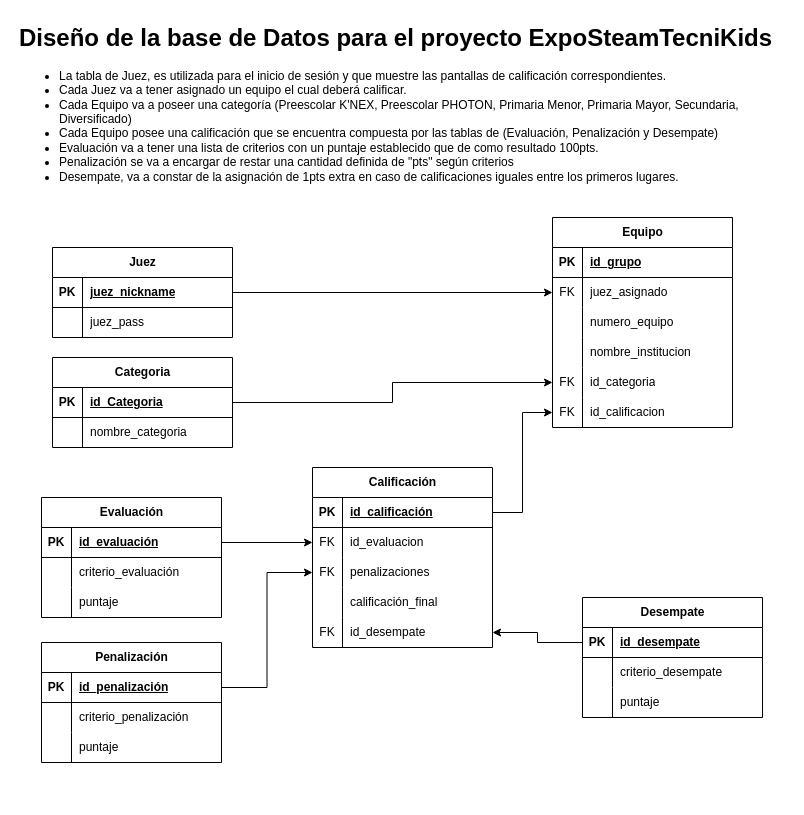
Above: db/databaseDesing.drawio in euboaz/ExpoSteamTecniKids (draw.io), before the change. Source tidied: cells renumbered, new cells numbered last; positions are measured from the earlier drawing's top-left corner, leaving out a move shared by most shapes. Both pictures are drawn from the tidied source at 100%, with x=0, y=0 at pixel (17, 17).
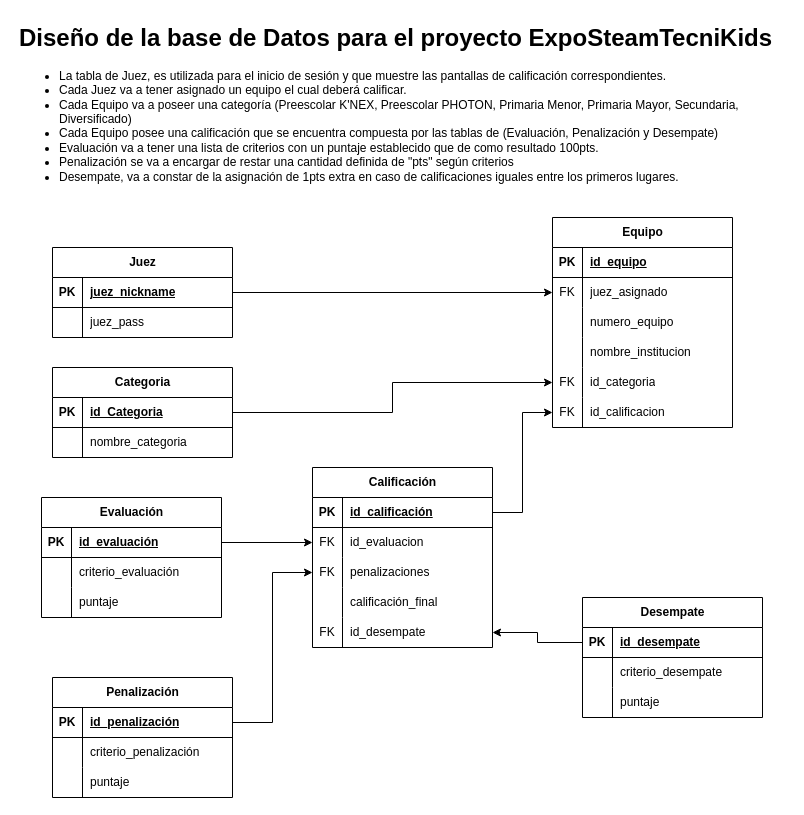
The same diagram, later.

Commit message (it also covers changes not shown here):
Base de Datos terminada

The change refers to these unchanged cells:
```xml
<mxCell id="19" style="shape=tableRow;horizontal=0;startSize=0;swimlaneHead=0;swimlaneBody=0;fillColor=none;top=0;left=0;right=0;bottom=1;" parent="18" vertex="1">
  <mxGeometry y="30" width="180" height="30" as="geometry" />
</mxCell>
```

What changed in the source:
```diff
@@
     <mxCell id="11" value="Categoria" style="shape=table;startSize=30;childLayout=tableLayout;rowLines=0;fontStyle=1;align=center;html=1;" parent="1" vertex="1">
-      <mxGeometry x="35" y="340" width="180" height="90" as="geometry" />
+      <mxGeometry x="35" y="350" width="180" height="90" as="geometry" />
     </mxCell>
@@
-    <mxCell id="21" value="id_grupo" style="shape=partialRectangle;fillColor=none;top=0;left=0;bottom=0;right=0;align=left;spacingLeft=6;fontStyle=5;overflow=hidden;whiteSpace=wrap;html=1;" parent="19" vertex="1">
+    <mxCell id="21" value="id_equipo" style="shape=partialRectangle;fillColor=none;top=0;left=0;bottom=0;right=0;align=left;spacingLeft=6;fontStyle=5;overflow=hidden;whiteSpace=wrap;html=1;" parent="19" vertex="1">
       <mxGeometry x="30" width="150" height="30" as="geometry" />
     </mxCell>
@@
     <mxCell id="66" value="Penalización" style="shape=table;startSize=30;childLayout=tableLayout;rowLines=0;fontStyle=1;align=center;html=1;" parent="1" vertex="1">
-      <mxGeometry x="24" y="625" width="180" height="120" as="geometry" />
+      <mxGeometry x="35" y="660" width="180" height="120" as="geometry" />
     </mxCell>
```
